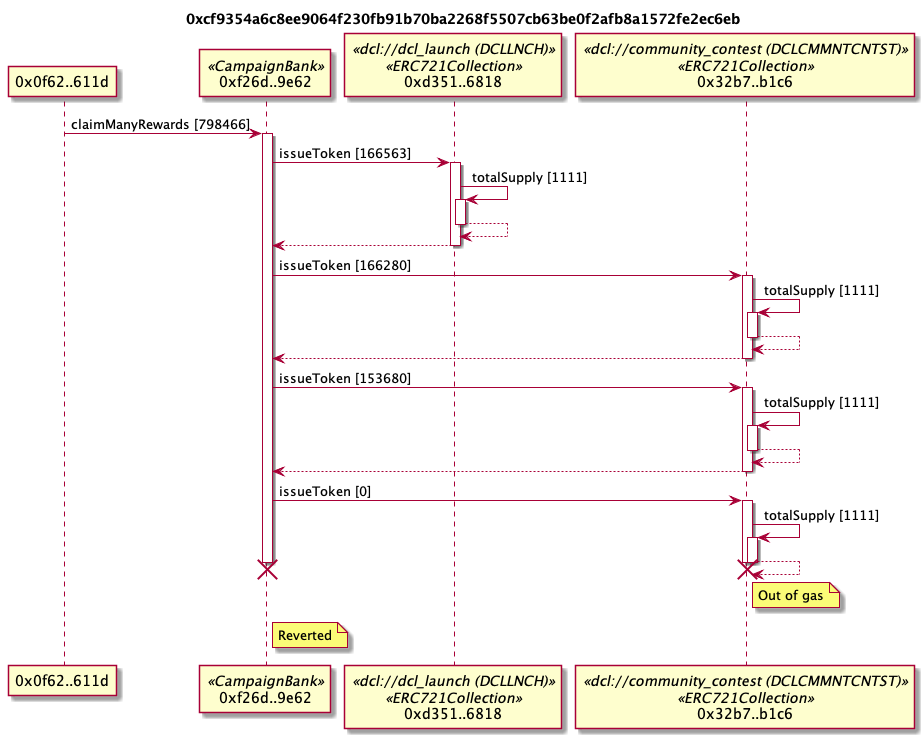
This is examples/failedTx.png from naddison36/tx2uml, a PlantUML export, as it was before one commit.
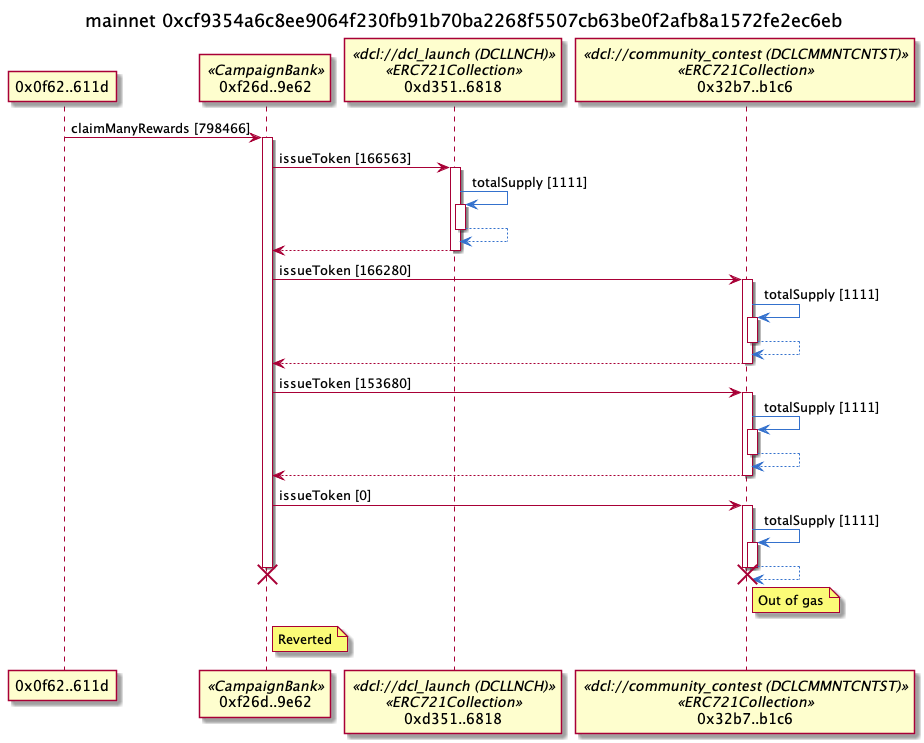
The same file after the commit.

Change to the diagram source:
```diff
@@ -1,5 +1,5 @@
 @startuml
-title 0xcf9354a6c8ee9064f230fb91b70ba2268f5507cb63be0f2afb8a1572fe2ec6eb
+title mainnet 0xcf9354a6c8ee9064f230fb91b70ba2268f5507cb63be0f2afb8a1572fe2ec6eb
 participant "0x0f62..611d" as 0f62611d
 participant "0xf26d..9e62" as f26d9e62 <<CampaignBank>>
 participant "0xd351..6818" as d3516818 <<dcl://dcl_launch (DCLLNCH)>><<ERC721Collection>>
@@ -9,25 +9,25 @@
 activate f26d9e62
 f26d9e62 -> d3516818: issueToken [166563]
 activate d3516818
-d3516818 -> d3516818: totalSupply [1111]
+d3516818 -[#3471CD]> d3516818: totalSupply [1111]
 activate d3516818
 return
 return
 f26d9e62 -> 32b7b1c6: issueToken [166280]
 activate 32b7b1c6
-32b7b1c6 -> 32b7b1c6: totalSupply [1111]
+32b7b1c6 -[#3471CD]> 32b7b1c6: totalSupply [1111]
 activate 32b7b1c6
 return
 return
 f26d9e62 -> 32b7b1c6: issueToken [153680]
 activate 32b7b1c6
-32b7b1c6 -> 32b7b1c6: totalSupply [1111]
+32b7b1c6 -[#3471CD]> 32b7b1c6: totalSupply [1111]
 activate 32b7b1c6
 return
 return
 f26d9e62 -> 32b7b1c6: issueToken [0]
 activate 32b7b1c6
-32b7b1c6 -> 32b7b1c6: totalSupply [1111]
+32b7b1c6 -[#3471CD]> 32b7b1c6: totalSupply [1111]
 activate 32b7b1c6
 return
 destroy 32b7b1c6
```
